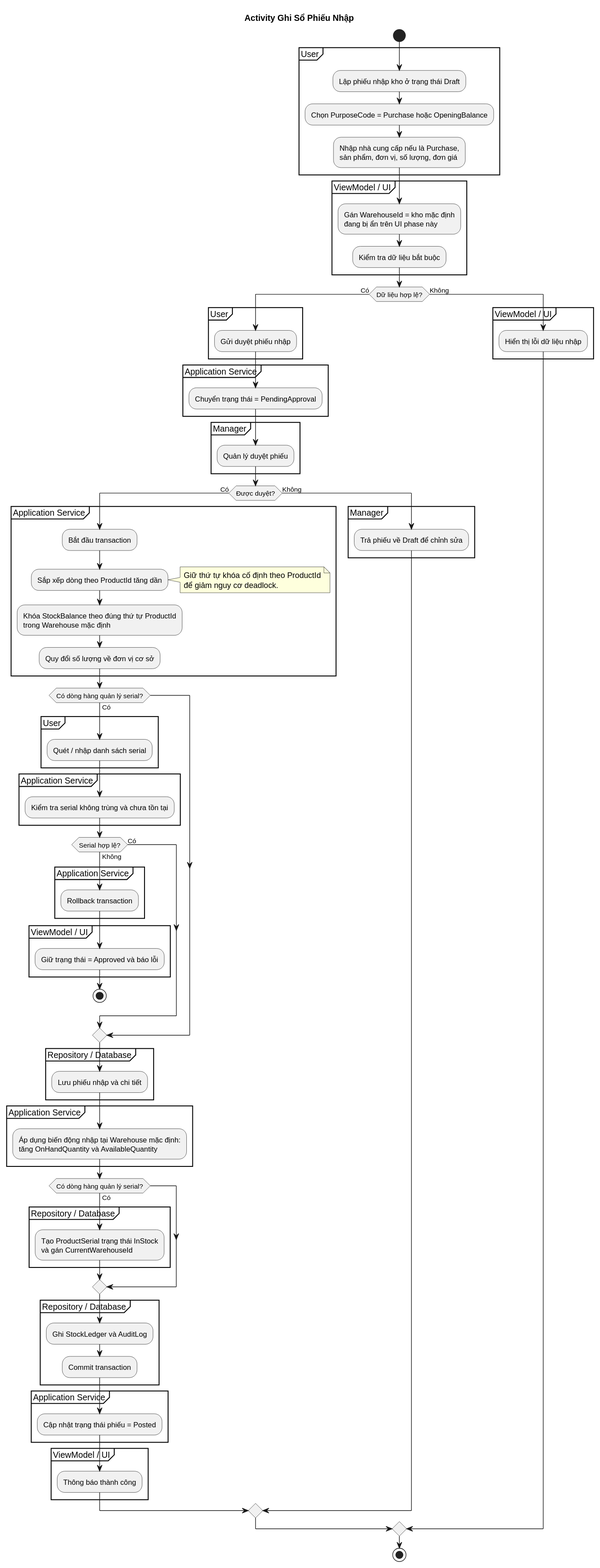
This is Diagram/plantuml-svg/Activity_NhapKho_GhiSo.svg from TheGiver262/WarePro, a PlantUML export, as it was before one commit.
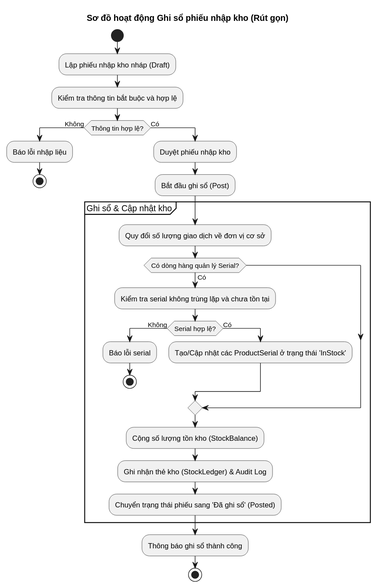
The same diagram one commit later.

The edit, as a diff of the source:
```diff
@@ -1,92 +1,36 @@
 @startuml
-title Activity Ghi Sổ Phiếu Nhập
+title Sơ đồ hoạt động Ghi sổ phiếu nhập kho (Rút gọn)
+
 start
+:Lập phiếu nhập kho nháp (Draft);
+:Kiểm tra thông tin bắt buộc và hợp lệ;
 
-partition "User" {
-  :Lập phiếu nhập kho ở trạng thái Draft;
-  :Chọn PurposeCode = Purchase hoặc OpeningBalance;
-  :Nhập nhà cung cấp nếu là Purchase,\nsản phẩm, đơn vị, số lượng, đơn giá;
-}
-partition "ViewModel / UI" {
-  :Gán WarehouseId = kho mặc định\nđang bị ẩn trên UI phase này;
-  :Kiểm tra dữ liệu bắt buộc;
-}
+if (Thông tin hợp lệ?) then (Không)
+  :Báo lỗi nhập liệu;
+  stop
+else (Có)
+  :Duyệt phiếu nhập kho;
+  :Bắt đầu ghi sổ (Post);
 
-if (Dữ liệu hợp lệ?) then (Có)
-  partition "User" {
-    :Gửi duyệt phiếu nhập;
-  }
-  partition "Application Service" {
-    :Chuyển trạng thái = PendingApproval;
-  }
-  partition "Manager" {
-    :Quản lý duyệt phiếu;
-  }
+  partition "Ghi sổ & Cập nhật kho" {
+    :Quy đổi số lượng giao dịch về đơn vị cơ sở;
 
-  if (Được duyệt?) then (Có)
-    partition "Application Service" {
-      :Bắt đầu transaction;
-      :Sắp xếp dòng theo ProductId tăng dần;
-      note right
-        Giữ thứ tự khóa cố định theo ProductId
-        để giảm nguy cơ deadlock.
-      end note
-      :Khóa StockBalance theo đúng thứ tự ProductId\ntrong Warehouse mặc định;
-      :Quy đổi số lượng về đơn vị cơ sở;
-    }
-
-    if (Có dòng hàng quản lý serial?) then (Có)
-      partition "User" {
-        :Quét / nhập danh sách serial;
-      }
-      partition "Application Service" {
-        :Kiểm tra serial không trùng và chưa tồn tại;
-      }
-      if (Serial hợp lệ?) then (Có)
-      else (Không)
-        partition "Application Service" {
-          :Rollback transaction;
-        }
-        partition "ViewModel / UI" {
-          :Giữ trạng thái = Approved và báo lỗi;
-        }
+    if (Có dòng hàng quản lý Serial?) then (Có)
+      :Kiểm tra serial không trùng lặp và chưa tồn tại;
+      if (Serial hợp lệ?) then (Không)
+        :Báo lỗi serial;
         stop
+      else (Có)
+        :Tạo/Cập nhật các ProductSerial ở trạng thái 'InStock';
       endif
     endif
 
-    partition "Repository / Database" {
-      :Lưu phiếu nhập và chi tiết;
-    }
-    partition "Application Service" {
-      :Áp dụng biến động nhập tại Warehouse mặc định:\ntăng OnHandQuantity và AvailableQuantity;
-    }
+    :Cộng số lượng tồn kho (StockBalance);
+    :Ghi nhận thẻ kho (StockLedger) & Audit Log;
+    :Chuyển trạng thái phiếu sang 'Đã ghi sổ' (Posted);
+  }
 
-    if (Có dòng hàng quản lý serial?) then (Có)
-      partition "Repository / Database" {
-        :Tạo ProductSerial trạng thái InStock\nvà gán CurrentWarehouseId;
-      }
-    endif
-
-    partition "Repository / Database" {
-      :Ghi StockLedger và AuditLog;
-      :Commit transaction;
-    }
-    partition "Application Service" {
-      :Cập nhật trạng thái phiếu = Posted;
-    }
-    partition "ViewModel / UI" {
-      :Thông báo thành công;
-    }
-  else (Không)
-    partition "Manager" {
-      :Trả phiếu về Draft để chỉnh sửa;
-    }
-  endif
-else (Không)
-  partition "ViewModel / UI" {
-    :Hiển thị lỗi dữ liệu nhập;
-  }
+  :Thông báo ghi sổ thành công;
+  stop
 endif
-
-stop
 @enduml
```
